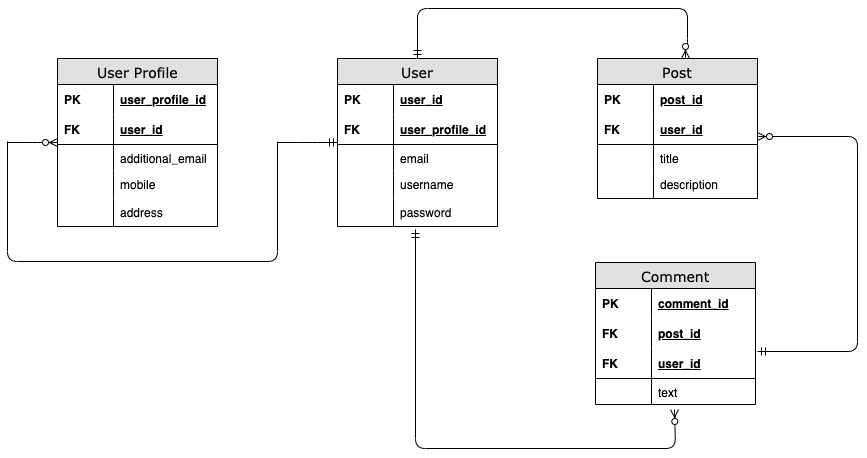
This is erd.png from magfurulabeer/ga-reddit-api-monolith, a draw.io export, as it was before one commit. Source tidied: cells renumbered, new cells last; positions are measured from the earlier drawing's top-left corner, leaving out a move shared by most shapes.
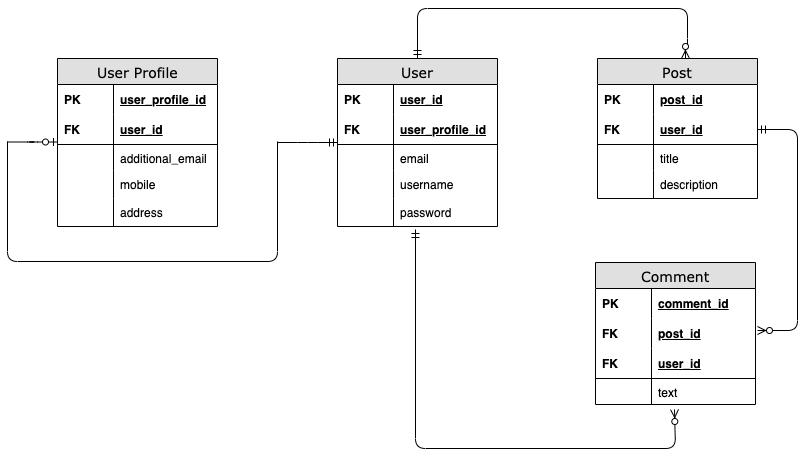
Later version of the same file.

What changed in the source:
```diff
@@ -122,12 +122,12 @@
     <mxCell id="41" style="shape=partialRectangle;top=0;left=0;bottom=0;html=1;fillColor=none;align=left;verticalAlign=top;spacingLeft=4;spacingRight=4;whiteSpace=wrap;overflow=hidden;" parent="40" vertex="1">
       <mxGeometry width="56" height="28" as="geometry" />
     </mxCell>
-    <mxCell id="42" style="edgeStyle=orthogonalEdgeStyle;html=1;endArrow=ERzeroToMany;startArrow=ERmandOne;labelBackgroundColor=none;fontFamily=Verdana;fontSize=14;exitX=1.013;exitY=0.1;exitDx=0;exitDy=0;exitPerimeter=0;" parent="1" edge="1" source="7">
+    <mxCell id="42" style="edgeStyle=orthogonalEdgeStyle;html=1;endArrow=ERzeroToMany;startArrow=ERmandOne;labelBackgroundColor=none;fontFamily=Verdana;fontSize=14;exitX=1;exitY=0.5;exitDx=0;exitDy=0;" parent="1" edge="1" source="14">
       <mxGeometry relative="1" as="geometry">
-        <mxPoint x="750" y="128" as="targetPoint" />
+        <mxPoint x="750" y="322" as="targetPoint" />
         <Array as="points">
-          <mxPoint x="850" y="343" />
-          <mxPoint x="850" y="128" />
+          <mxPoint x="790" y="121" />
+          <mxPoint x="790" y="322" />
         </Array>
       </mxGeometry>
     </mxCell>
@@ -156,12 +156,6 @@
         <mxPoint x="330" y="134" as="targetPoint" />
       </mxGeometry>
     </mxCell>
-    <mxCell id="46" style="edgeStyle=entityRelationEdgeStyle;fontSize=12;html=1;endArrow=ERzeroToMany;endFill=1;strokeColor=#000000;" parent="1" edge="1">
-      <mxGeometry relative="1" as="geometry">
-        <mxPoint y="134" as="sourcePoint" />
-        <mxPoint x="50" y="134" as="targetPoint" />
-      </mxGeometry>
-    </mxCell>
     <mxCell id="47" style="endArrow=none;html=1;strokeColor=#000000;" parent="1" edge="1">
       <mxGeometry relative="1" as="geometry">
         <mxPoint x="270" y="133" as="sourcePoint" />
@@ -172,5 +166,11 @@
         </Array>
       </mxGeometry>
     </mxCell>
+    <mxCell id="48" style="edgeStyle=entityRelationEdgeStyle;fontSize=12;html=1;endArrow=ERzeroToOne;endFill=1;" parent="1" edge="1">
+      <mxGeometry relative="1" as="geometry">
+        <mxPoint y="133.5" as="sourcePoint" />
+        <mxPoint x="50" y="133.5" as="targetPoint" />
+      </mxGeometry>
+    </mxCell>
   </root>
 </mxGraphModel>
```
